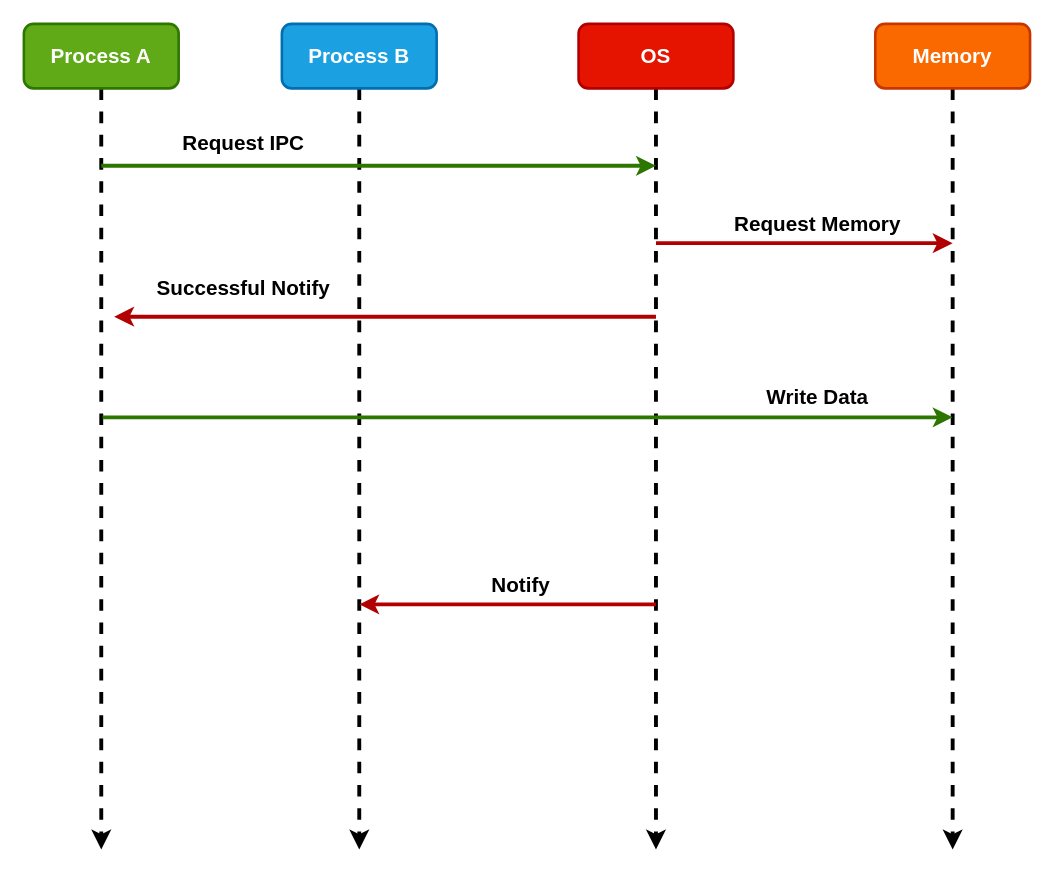
This is ipc-os.drawio from auula/draw.io, a draw.io file, before an edit. Source tidied: cells renumbered, new cells numbered last; positions are measured from the earlier drawing's top-left corner, leaving out a move shared by most shapes. Both pictures are drawn from the tidied source at 129%, with x=0, y=0 at pixel (23, 23).
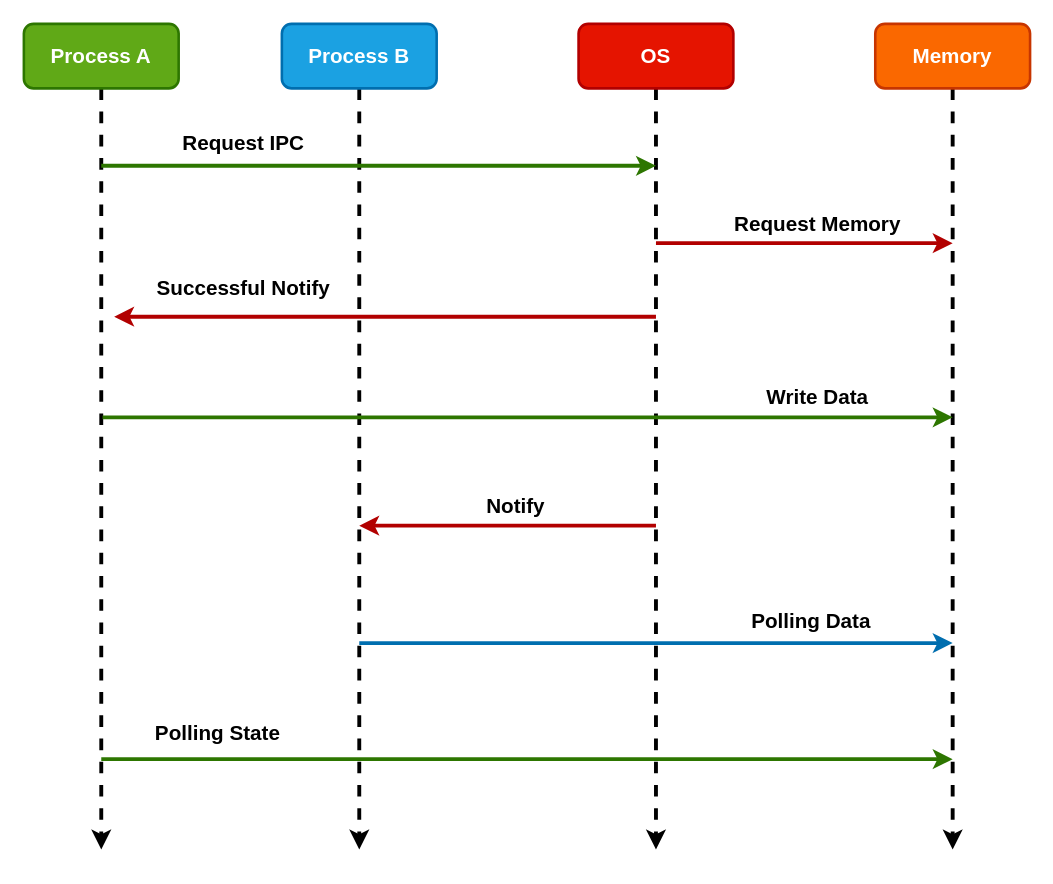
The same page after the edit.

Diff of the diagram source:
```diff
@@
     <mxCell id="18" style="endArrow=classic;html=1;rounded=0;fontSize=16;fontColor=#000000;strokeWidth=3;fillColor=#e51400;strokeColor=#B20000;" parent="1" edge="1">
       <mxGeometry relative="1" as="geometry">
-        <mxPoint x="490" y="450" as="sourcePoint" />
-        <mxPoint x="260" y="450" as="targetPoint" />
+        <mxPoint x="490" y="389" as="sourcePoint" />
+        <mxPoint x="260" y="389" as="targetPoint" />
       </mxGeometry>
     </mxCell>
     <mxCell id="19" value="&lt;b&gt;Notify&lt;/b&gt;" style="text;html=1;align=center;verticalAlign=middle;strokeColor=none;fillColor=none;fontSize=16;fontColor=#000000;" parent="1" vertex="1">
-      <mxGeometry x="350" y="420" width="70" height="30" as="geometry" />
+      <mxGeometry x="346" y="359" width="70" height="30" as="geometry" />
     </mxCell>
+    <mxCell id="20" style="endArrow=classic;html=1;rounded=0;fontSize=16;fontColor=#000000;strokeWidth=3;fillColor=#1ba1e2;strokeColor=#006EAF;" parent="1" edge="1">
+      <mxGeometry relative="1" as="geometry">
+        <mxPoint x="260" y="480" as="sourcePoint" />
+        <mxPoint x="720" y="480" as="targetPoint" />
+      </mxGeometry>
+    </mxCell>
+    <mxCell id="21" value="&lt;b&gt;Polling Data&lt;/b&gt;" style="text;html=1;align=center;verticalAlign=middle;strokeColor=none;fillColor=none;fontSize=16;fontColor=#000000;" parent="1" vertex="1">
+      <mxGeometry x="550" y="448" width="120" height="30" as="geometry" />
+    </mxCell>
+    <mxCell id="22" style="endArrow=classic;html=1;rounded=0;fontSize=16;fontColor=#000000;strokeWidth=3;fillColor=#60a917;strokeColor=#2D7600;" parent="1" edge="1">
+      <mxGeometry relative="1" as="geometry">
+        <mxPoint x="60" y="570" as="sourcePoint" />
+        <mxPoint x="720" y="570" as="targetPoint" />
+      </mxGeometry>
+    </mxCell>
+    <mxCell id="23" value="&lt;b&gt;Polling State&lt;/b&gt;" style="text;html=1;align=center;verticalAlign=middle;strokeColor=none;fillColor=none;fontSize=16;fontColor=#000000;" parent="1" vertex="1">
+      <mxGeometry x="90" y="535" width="120" height="30" as="geometry" />
+    </mxCell>
```
